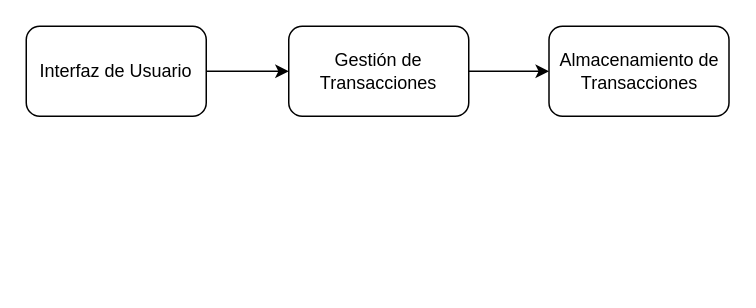
The draw.io diagram POS_V1.drawio in mvespin1/DiagramasArquitecturaGrupo2, before the edit. Source tidied: cells renumbered, new cells numbered last; positions are measured from the earlier drawing's top-left corner, leaving out a move shared by most shapes. Both pictures are drawn from the tidied source at 150%, with x=0, y=0 at pixel (26, 26).
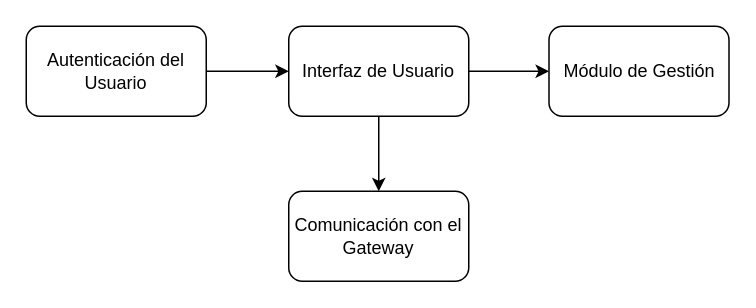
After the change.

Change to the diagram source:
```diff
@@
 <mxGraphModel>
   <root>
     <mxCell id="0" />
     <mxCell id="1" parent="0" />
     <mxCell id="2" style="edgeStyle=orthogonalEdgeStyle;rounded=0;jettySize=auto;html=1;exitX=1;exitY=0.5;exitDx=0;exitDy=0;entryX=0;entryY=0.5;entryDx=0;entryDy=0;" parent="1" edge="1" source="3" target="4">
       <mxGeometry relative="1" as="geometry" />
     </mxCell>
+    <mxCell id="7" style="edgeStyle=orthogonalEdgeStyle;rounded=0;jettySize=auto;html=1;exitX=0.5;exitY=1;exitDx=0;exitDy=0;entryX=0.5;entryY=0;entryDx=0;entryDy=0;" parent="1" edge="1" source="3" target="8">
+      <mxGeometry relative="1" as="geometry" />
+    </mxCell>
-    <mxCell id="3" value="Gestión de Transacciones" style="rounded=1;whiteSpace=wrap;html=1;" parent="1" vertex="1">
+    <mxCell id="3" value="Interfaz de Usuario" style="rounded=1;whiteSpace=wrap;html=1;" parent="1" vertex="1">
       <mxGeometry x="175" width="120" height="60" as="geometry" />
     </mxCell>
-    <mxCell id="4" value="Almacenamiento de Transacciones" style="rounded=1;whiteSpace=wrap;html=1;" parent="1" vertex="1">
+    <mxCell id="4" value="Módulo de Gestión" style="rounded=1;whiteSpace=wrap;html=1;" parent="1" vertex="1">
       <mxGeometry x="348.5" width="120" height="60" as="geometry" />
     </mxCell>
     <mxCell id="5" style="edgeStyle=orthogonalEdgeStyle;rounded=0;jettySize=auto;html=1;exitX=1;exitY=0.5;exitDx=0;exitDy=0;entryX=0;entryY=0.5;entryDx=0;entryDy=0;" parent="1" edge="1" source="6" target="3">
       <mxGeometry relative="1" as="geometry" />
     </mxCell>
-    <mxCell id="6" value="Interfaz de Usuario" style="rounded=1;whiteSpace=wrap;html=1;" parent="1" vertex="1">
+    <mxCell id="6" value="Autenticación del Usuario" style="rounded=1;whiteSpace=wrap;html=1;" parent="1" vertex="1">
       <mxGeometry width="120" height="60" as="geometry" />
     </mxCell>
+    <mxCell id="8" value="Comunicación con el Gateway" style="rounded=1;whiteSpace=wrap;html=1;" parent="1" vertex="1">
+      <mxGeometry x="175" y="110" width="120" height="60" as="geometry" />
+    </mxCell>
   </root>
 </mxGraphModel>
```
